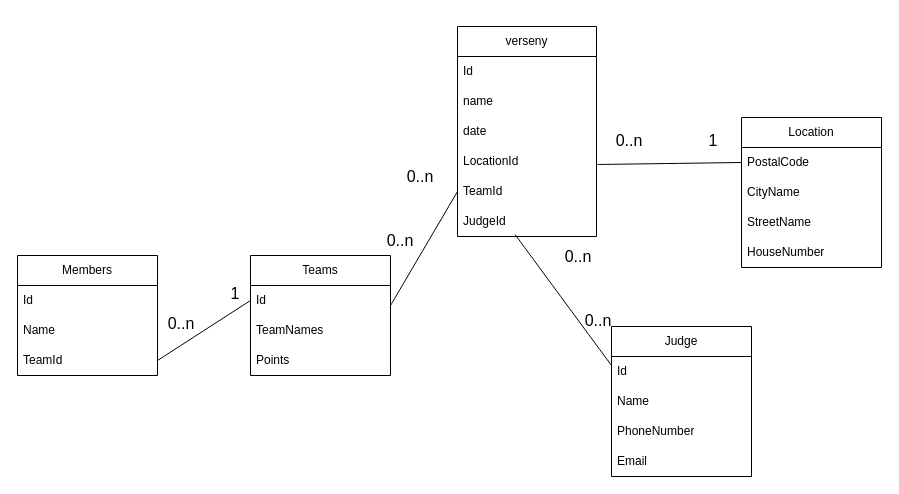
zalulw/projctc- keeps this draw.io diagram as Lecso.drawio. Above is the earlier version. Source tidied: cells renumbered, new cells numbered last; positions are measured from the earlier drawing's top-left corner, leaving out a move shared by most shapes. Both pictures are drawn from the tidied source at 100%, with x=0, y=0 at pixel (17, 26).
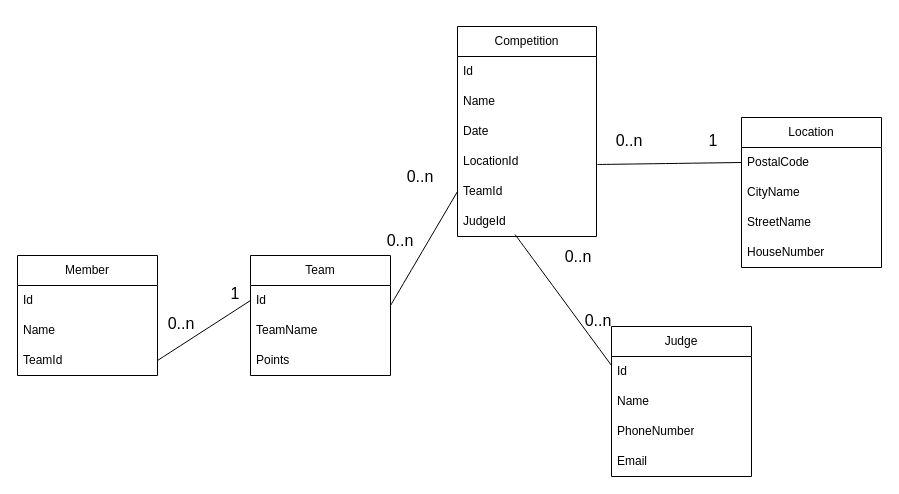
Above is the later version.

What changed in the source:
```diff
@@
-    <mxCell id="2" value="verseny" style="swimlane;fontStyle=0;horizontal=1;startSize=30;whiteSpace=wrap;html=1;" parent="1" vertex="1">
+    <mxCell id="2" value="Competition" style="swimlane;fontStyle=0;horizontal=1;startSize=30;whiteSpace=wrap;html=1;" parent="1" vertex="1">
       <mxGeometry x="440" width="139" height="210" as="geometry" />
     </mxCell>
@@
-    <mxCell id="4" value="name" style="text;strokeColor=none;fillColor=none;align=left;verticalAlign=middle;spacingLeft=4;spacingRight=4;overflow=hidden;whiteSpace=wrap;html=1;" parent="2" vertex="1">
+    <mxCell id="4" value="Name" style="text;strokeColor=none;fillColor=none;align=left;verticalAlign=middle;spacingLeft=4;spacingRight=4;overflow=hidden;whiteSpace=wrap;html=1;" parent="2" vertex="1">
       <mxGeometry y="60" width="139" height="30" as="geometry" />
     </mxCell>
-    <mxCell id="5" value="date" style="text;strokeColor=none;fillColor=none;align=left;verticalAlign=middle;spacingLeft=4;spacingRight=4;overflow=hidden;whiteSpace=wrap;html=1;" parent="2" vertex="1">
+    <mxCell id="5" value="Date" style="text;strokeColor=none;fillColor=none;align=left;verticalAlign=middle;spacingLeft=4;spacingRight=4;overflow=hidden;whiteSpace=wrap;html=1;" parent="2" vertex="1">
       <mxGeometry y="90" width="139" height="30" as="geometry" />
     </mxCell>
@@
-    <mxCell id="18" value="Teams" style="swimlane;fontStyle=0;horizontal=1;startSize=30;whiteSpace=wrap;html=1;" parent="1" vertex="1">
+    <mxCell id="18" value="Team" style="swimlane;fontStyle=0;horizontal=1;startSize=30;whiteSpace=wrap;html=1;" parent="1" vertex="1">
       <mxGeometry x="233" y="229" width="140" height="120" as="geometry" />
     </mxCell>
@@
-    <mxCell id="20" value="TeamNames" style="text;strokeColor=none;fillColor=none;align=left;verticalAlign=middle;spacingLeft=4;spacingRight=4;overflow=hidden;whiteSpace=wrap;html=1;" parent="18" vertex="1">
+    <mxCell id="20" value="TeamName" style="text;strokeColor=none;fillColor=none;align=left;verticalAlign=middle;spacingLeft=4;spacingRight=4;overflow=hidden;whiteSpace=wrap;html=1;" parent="18" vertex="1">
       <mxGeometry y="60" width="140" height="30" as="geometry" />
     </mxCell>
@@
-    <mxCell id="31" value="Members" style="swimlane;fontStyle=0;horizontal=1;startSize=30;whiteSpace=wrap;html=1;" parent="1" vertex="1">
+    <mxCell id="31" value="Member" style="swimlane;fontStyle=0;horizontal=1;startSize=30;whiteSpace=wrap;html=1;" parent="1" vertex="1">
       <mxGeometry y="229" width="140" height="120" as="geometry" />
     </mxCell>
```
